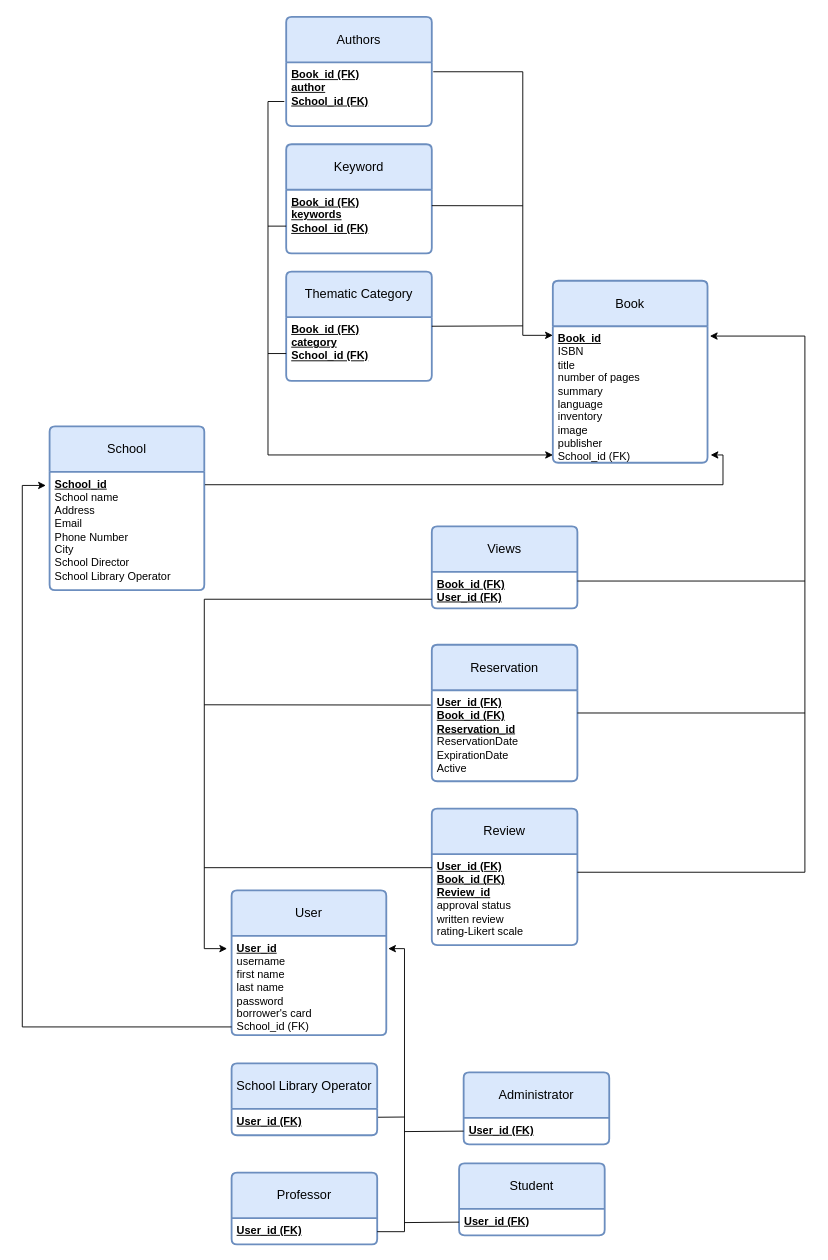
This is diagrams/Prosxedio-relational.drawio from ntua-el19877/Databases, a draw.io file, before an edit. Source tidied: cells renumbered, new cells numbered last; positions are measured from the earlier drawing's top-left corner, leaving out a move shared by most shapes. Both pictures are drawn from the tidied source at 91%, with x=0, y=0 at pixel (22, 16).
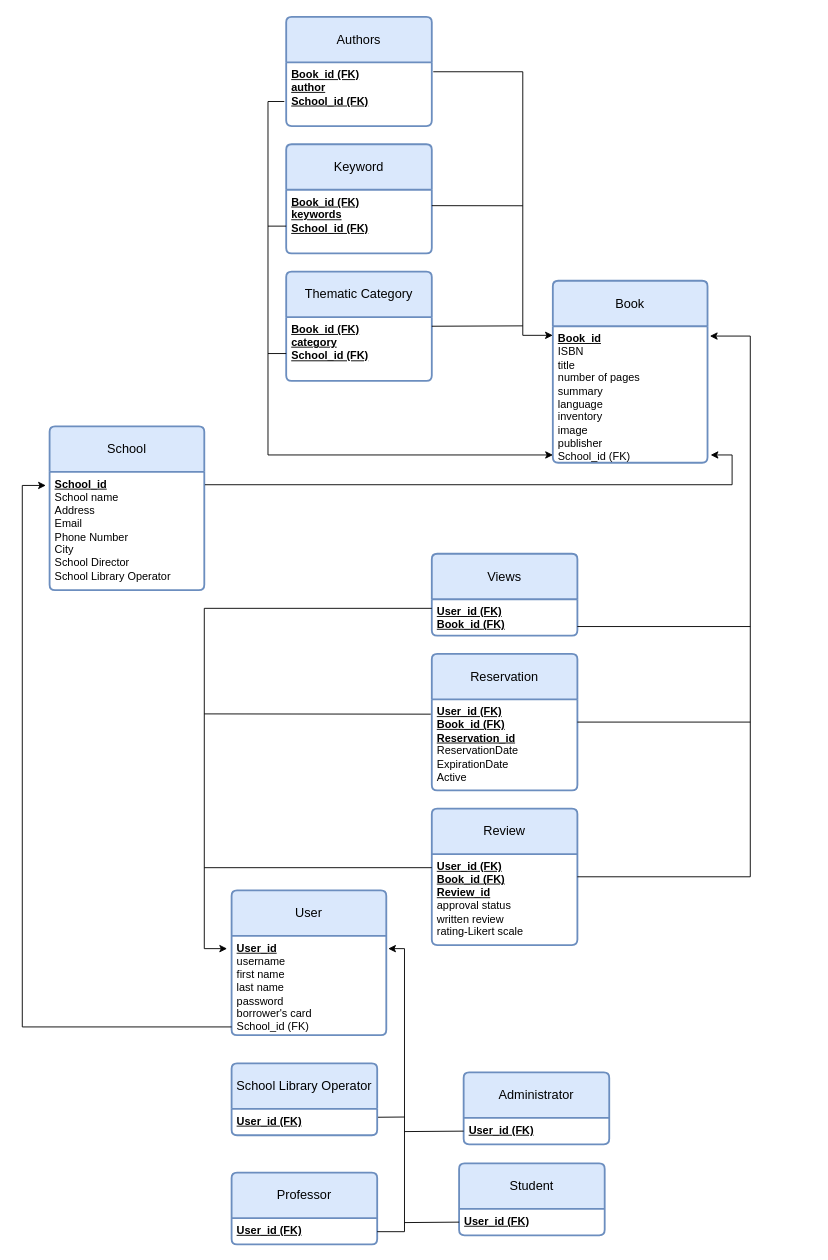
The same page after the edit.

The change refers to these unchanged cells:
```xml
<mxCell id="3" value="&lt;u&gt;&lt;b&gt;School_id&lt;/b&gt;&lt;br&gt;&lt;/u&gt;School name&lt;br&gt;Address&lt;br&gt;Email&lt;br&gt;Phone Number&lt;br&gt;City&lt;br&gt;School Director&lt;br&gt;School Library Operator" style="align=left;strokeColor=none;fillColor=none;spacingLeft=4;fontSize=12;verticalAlign=top;html=1;" parent="2" vertex="1">
  <mxGeometry y="50" width="170" height="130" as="geometry" />
</mxCell>
<mxCell id="5" value="&lt;b&gt;&lt;u&gt;Book_id&lt;/u&gt;&lt;br&gt;&lt;/b&gt;ISBN&lt;br&gt;title&lt;br&gt;number of pages&lt;br&gt;summary&lt;br&gt;language&lt;br&gt;inventory&lt;br&gt;image&lt;br&gt;publisher&lt;br&gt;School_id (FK)" style="align=left;strokeColor=none;fillColor=none;spacingLeft=4;fontSize=12;verticalAlign=top;html=1;" parent="4" vertex="1">
  <mxGeometry y="50" width="170" height="150" as="geometry" />
</mxCell>
<mxCell id="13" value="&lt;u&gt;&lt;b&gt;User_id&lt;/b&gt;&lt;br&gt;&lt;/u&gt;username&lt;br&gt;first name&lt;br&gt;last name&lt;br&gt;password&lt;br&gt;borrower's card&lt;br&gt;School_id (FK)" style="align=left;strokeColor=none;fillColor=none;spacingLeft=4;fontSize=12;verticalAlign=top;html=1;" parent="12" vertex="1">
  <mxGeometry y="50" width="170" height="109" as="geometry" />
</mxCell>
<mxCell id="24" value="&lt;b&gt;&lt;u&gt;User_id (FK)&lt;br&gt;Book_id (FK)&lt;br&gt;Review_id&lt;/u&gt;&lt;/b&gt;&lt;br&gt;approval status&lt;br&gt;written review&lt;br&gt;rating-Likert scale" style="align=left;strokeColor=none;fillColor=none;spacingLeft=4;fontSize=12;verticalAlign=top;html=1;" parent="23" vertex="1">
  <mxGeometry y="50" width="160" height="100" as="geometry" />
</mxCell>
<mxCell id="28" value="&lt;b style=&quot;text-decoration-line: underline;&quot;&gt;User_id (FK)&lt;/b&gt;&lt;br&gt;&lt;b style=&quot;text-decoration-line: underline;&quot;&gt;Book_id (FK)&lt;/b&gt;&lt;br&gt;&lt;b style=&quot;text-decoration-line: underline;&quot;&gt;Reservation_id&lt;/b&gt;&lt;br&gt;ReservationDate&lt;br&gt;ExpirationDate&lt;br&gt;Active" style="align=left;strokeColor=none;fillColor=none;spacingLeft=4;fontSize=12;verticalAlign=top;html=1;" parent="27" vertex="1">
  <mxGeometry y="50" width="160" height="100" as="geometry" />
</mxCell>
```

What changed in the source:
```diff
@@
     <mxCell id="25" value="Views" style="swimlane;horizontal=1;startSize=50;rounded=1;fontSize=14;fontStyle=0;strokeWidth=2;shadow=0;dashed=0;align=center;arcSize=4;whiteSpace=wrap;html=1;fillColor=#dae8fc;strokeColor=#6c8ebf;" parent="1" vertex="1">
-      <mxGeometry x="450" y="560" width="160" height="90" as="geometry" />
+      <mxGeometry x="450" y="590" width="160" height="90" as="geometry" />
     </mxCell>
-    <mxCell id="26" value="&lt;b style=&quot;border-color: var(--border-color);&quot;&gt;&lt;u style=&quot;border-color: var(--border-color);&quot;&gt;Book_id (FK)&lt;/u&gt;&lt;/b&gt;&lt;b&gt;&lt;u&gt;&lt;br&gt;User_id (FK)&lt;br&gt;&lt;br&gt;&lt;/u&gt;&lt;/b&gt;" style="align=left;strokeColor=none;fillColor=none;spacingLeft=4;fontSize=12;verticalAlign=top;html=1;" parent="25" vertex="1">
+    <mxCell id="26" value="&lt;b style=&quot;border-color: var(--border-color);&quot;&gt;&lt;u style=&quot;border-color: var(--border-color);&quot;&gt;User_id (FK)&lt;/u&gt;&lt;/b&gt;&lt;b&gt;&lt;u&gt;&lt;br&gt;&lt;/u&gt;&lt;/b&gt;&lt;b style=&quot;border-color: var(--border-color);&quot;&gt;&lt;u style=&quot;border-color: var(--border-color);&quot;&gt;Book_id&amp;nbsp;&lt;/u&gt;&lt;/b&gt;&lt;b&gt;&lt;u&gt;(FK)&lt;br&gt;&lt;br&gt;&lt;/u&gt;&lt;/b&gt;" style="align=left;strokeColor=none;fillColor=none;spacingLeft=4;fontSize=12;verticalAlign=top;html=1;" parent="25" vertex="1">
       <mxGeometry y="50" width="160" height="40" as="geometry" />
     </mxCell>
     <mxCell id="27" value="Reservation" style="swimlane;horizontal=1;startSize=50;rounded=1;fontSize=14;fontStyle=0;strokeWidth=2;shadow=0;dashed=0;align=center;arcSize=4;whiteSpace=wrap;html=1;fillColor=#dae8fc;strokeColor=#6c8ebf;" parent="1" vertex="1">
-      <mxGeometry x="450" y="690" width="160" height="150" as="geometry" />
+      <mxGeometry x="450" y="700" width="160" height="150" as="geometry" />
     </mxCell>
@@
-    <mxCell id="33" style="edgeStyle=orthogonalEdgeStyle;rounded=0;jettySize=auto;html=1;endArrow=classic;endFill=1;entryX=1.015;entryY=0.072;entryDx=0;entryDy=0;entryPerimeter=0;startArrow=none;startFill=0;" parent="1" edge="1" target="5">
+    <mxCell id="33" style="edgeStyle=orthogonalEdgeStyle;rounded=0;jettySize=auto;html=1;endArrow=classic;endFill=1;entryX=1.015;entryY=0.072;entryDx=0;entryDy=0;entryPerimeter=0;startArrow=none;startFill=0;exitX=1;exitY=0.25;exitDx=0;exitDy=0;" parent="1" edge="1" source="24" target="5">
       <mxGeometry relative="1" as="geometry">
-        <mxPoint x="610" y="940" as="sourcePoint" />
         <Array as="points">
-          <mxPoint x="860" y="940" />
-          <mxPoint x="860" y="350" />
-          <mxPoint x="756" y="350" />
+          <mxPoint x="800" y="945" />
+          <mxPoint x="800" y="351" />
         </Array>
       </mxGeometry>
     </mxCell>
     <mxCell id="34" style="rounded=0;jettySize=auto;html=1;endArrow=none;endFill=0;exitX=1;exitY=0.25;exitDx=0;exitDy=0;" parent="1" edge="1" source="28">
       <mxGeometry relative="1" as="geometry">
-        <mxPoint x="860" y="765" as="targetPoint" />
+        <mxPoint x="800" y="775" as="targetPoint" />
       </mxGeometry>
     </mxCell>
-    <mxCell id="35" style="rounded=0;jettySize=auto;html=1;exitX=1;exitY=0.25;exitDx=0;exitDy=0;endArrow=none;endFill=0;" parent="1" edge="1" source="26">
+    <mxCell id="35" style="rounded=0;jettySize=auto;html=1;endArrow=none;endFill=0;exitX=1;exitY=0.75;exitDx=0;exitDy=0;" parent="1" edge="1" source="26">
       <mxGeometry relative="1" as="geometry">
-        <mxPoint x="860" y="620" as="targetPoint" />
+        <mxPoint x="800" y="670" as="targetPoint" />
       </mxGeometry>
     </mxCell>
-    <mxCell id="36" style="rounded=0;jettySize=auto;html=1;exitX=0;exitY=0.75;exitDx=0;exitDy=0;endArrow=classic;endFill=1;edgeStyle=elbowEdgeStyle;entryX=-0.029;entryY=0.128;entryDx=0;entryDy=0;entryPerimeter=0;" parent="1" edge="1" source="26" target="13">
+    <mxCell id="36" style="rounded=0;jettySize=auto;html=1;exitX=0;exitY=0.25;exitDx=0;exitDy=0;endArrow=classic;endFill=1;edgeStyle=elbowEdgeStyle;entryX=-0.029;entryY=0.128;entryDx=0;entryDy=0;entryPerimeter=0;" parent="1" edge="1" source="26" target="13">
       <mxGeometry relative="1" as="geometry">
         <Array as="points">
           <mxPoint x="200" y="840" />
           <mxPoint x="30" y="960" />
           <mxPoint x="280" y="1060" />
           <mxPoint x="320" y="1070" />
         </Array>
       </mxGeometry>
     </mxCell>
     <mxCell id="37" style="endArrow=none;html=1;rounded=0;entryX=-0.007;entryY=0.163;entryDx=0;entryDy=0;entryPerimeter=0;" parent="1" edge="1" target="28">
       <mxGeometry relative="1" as="geometry">
-        <mxPoint x="200" y="756" as="sourcePoint" />
+        <mxPoint x="200" y="766" as="sourcePoint" />
       </mxGeometry>
     </mxCell>
@@
     <mxCell id="40" style="endArrow=classic;html=1;rounded=0;exitX=1.004;exitY=0.109;exitDx=0;exitDy=0;exitPerimeter=0;edgeStyle=elbowEdgeStyle;entryX=1.02;entryY=0.943;entryDx=0;entryDy=0;entryPerimeter=0;endFill=1;" parent="1" edge="1" source="3" target="5">
       <mxGeometry relative="1" as="geometry">
         <Array as="points">
-          <mxPoint x="770" y="500" />
+          <mxPoint x="780" y="500" />
         </Array>
       </mxGeometry>
     </mxCell>
```
